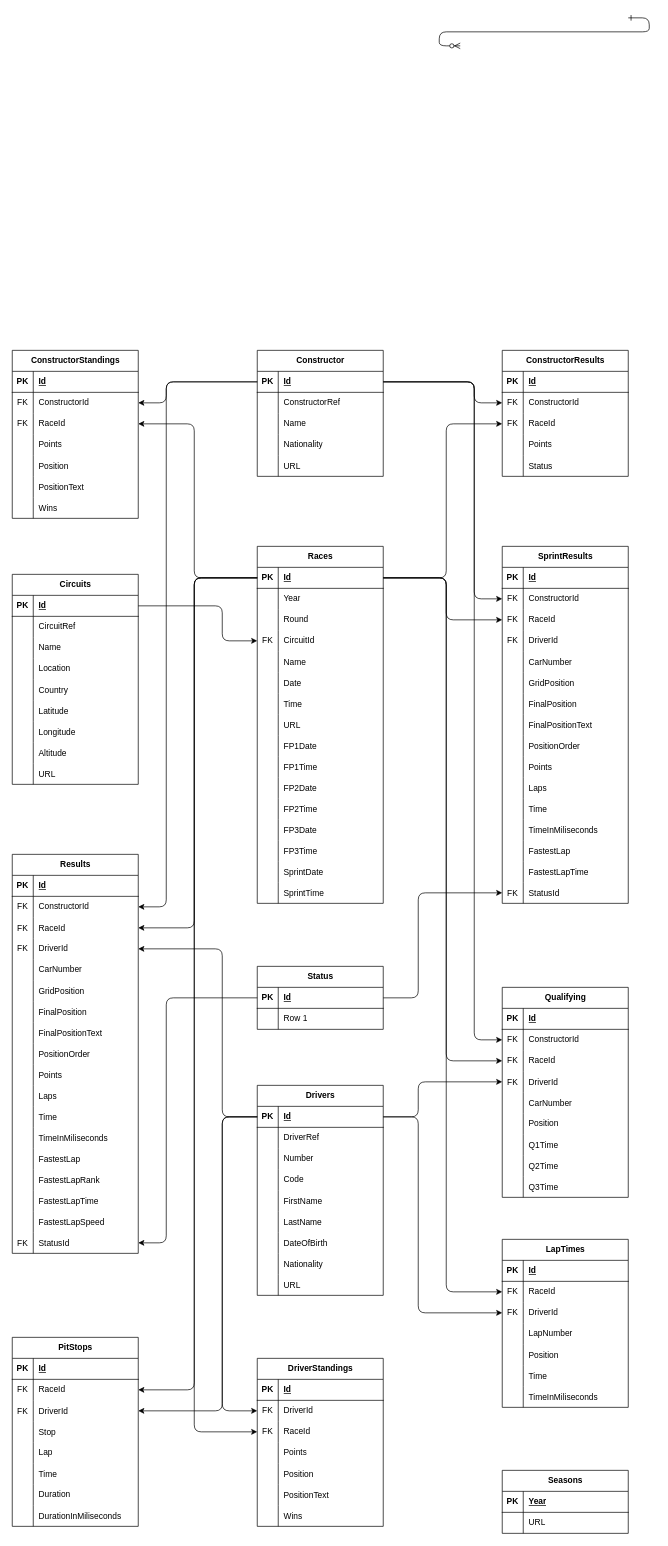
This is Untitled Diagram.drawio from shubhamtalpe/f1_with_sqlalchemy, a draw.io file, before an edit. Source tidied: cells renumbered, new cells numbered last; positions are measured from the earlier drawing's top-left corner, leaving out a move shared by most shapes. Both pictures are drawn from the tidied source at 70%, with x=0, y=0 at pixel (12, 18).
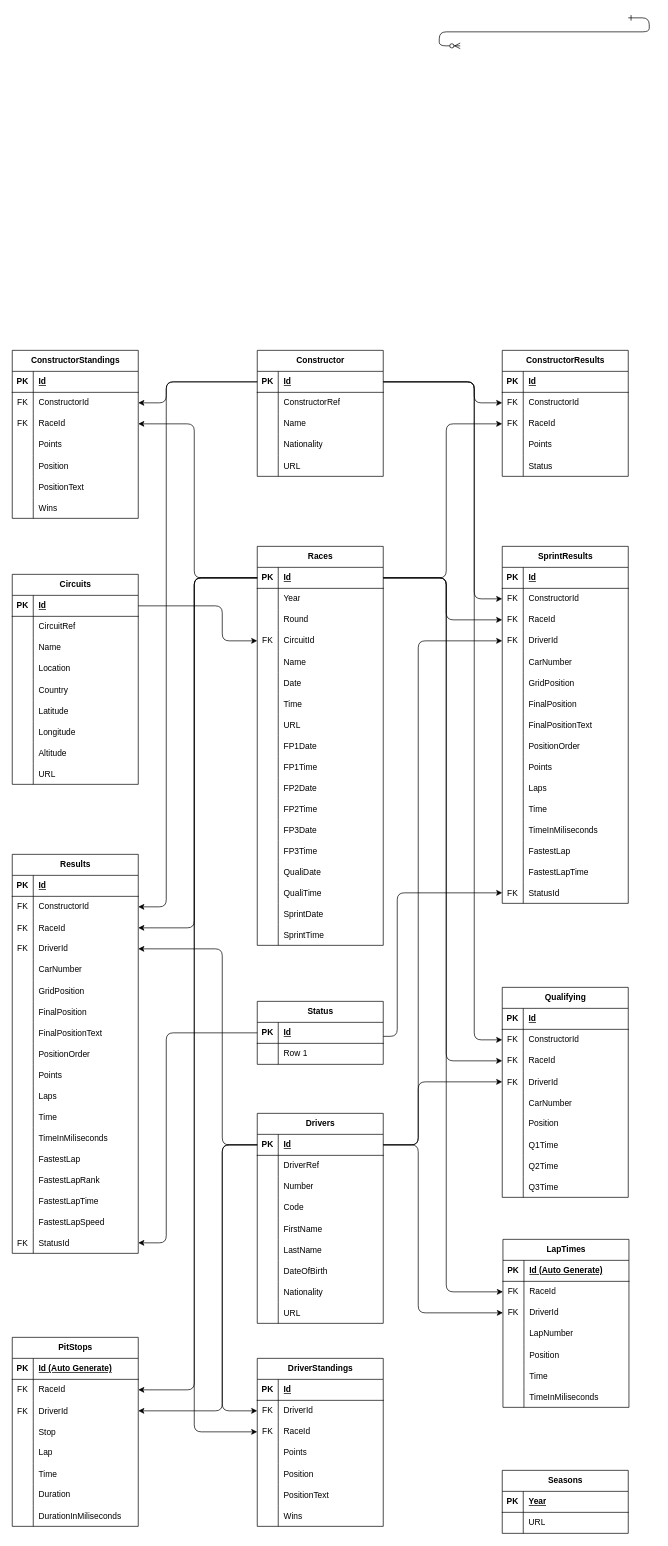
After the change.

The change refers to these unchanged cells:
```xml
<mxCell id="97" style="shape=tableRow;horizontal=0;startSize=0;swimlaneHead=0;swimlaneBody=0;fillColor=none;points=[[0,0.5],[1,0.5]];portConstraint=eastwest;top=0;left=0;right=0;bottom=0;" parent="93" vertex="1">
  <mxGeometry y="60" width="180" height="30" as="geometry" />
</mxCell>
<mxCell id="116" style="shape=tableRow;horizontal=0;startSize=0;swimlaneHead=0;swimlaneBody=0;fillColor=none;points=[[0,0.5],[1,0.5]];portConstraint=eastwest;top=0;left=0;right=0;bottom=1;" parent="115" vertex="1">
  <mxGeometry y="30" width="180" height="30" as="geometry" />
</mxCell>
<mxCell id="144" style="shape=tableRow;horizontal=0;startSize=0;swimlaneHead=0;swimlaneBody=0;fillColor=none;top=0;left=0;right=0;bottom=1;" parent="143" vertex="1">
  <mxGeometry y="30" width="180" height="30" as="geometry" />
</mxCell>
<mxCell id="150" style="shape=tableRow;horizontal=0;startSize=0;swimlaneHead=0;swimlaneBody=0;fillColor=none;points=[[0,0.5],[1,0.5]];portConstraint=eastwest;top=0;left=0;right=0;bottom=0;" parent="143" vertex="1">
  <mxGeometry y="90" width="180" height="30" as="geometry" />
</mxCell>
<mxCell id="166" style="shape=tableRow;horizontal=0;startSize=0;swimlaneHead=0;swimlaneBody=0;fillColor=none;top=0;left=0;right=0;bottom=1;" parent="165" vertex="1">
  <mxGeometry y="30" width="180" height="30" as="geometry" />
</mxCell>
<mxCell id="172" style="shape=tableRow;horizontal=0;startSize=0;swimlaneHead=0;swimlaneBody=0;fillColor=none;points=[[0,0.5],[1,0.5]];portConstraint=eastwest;top=0;left=0;right=0;bottom=0;" parent="165" vertex="1">
  <mxGeometry y="90" width="180" height="30" as="geometry" />
</mxCell>
<mxCell id="200" style="shape=tableRow;horizontal=0;startSize=0;swimlaneHead=0;swimlaneBody=0;fillColor=none;points=[[0,0.5],[1,0.5]];portConstraint=eastwest;top=0;left=0;right=0;bottom=0;" parent="190" vertex="1">
  <mxGeometry y="120" width="180" height="30" as="geometry" />
</mxCell>
<mxCell id="277" style="shape=tableRow;horizontal=0;startSize=0;swimlaneHead=0;swimlaneBody=0;fillColor=none;points=[[0,0.5],[1,0.5]];portConstraint=eastwest;top=0;left=0;right=0;bottom=0;" parent="267" vertex="1">
  <mxGeometry y="120" width="180" height="30" as="geometry" />
</mxCell>
<mxCell id="319" style="shape=tableRow;horizontal=0;startSize=0;swimlaneHead=0;swimlaneBody=0;fillColor=none;points=[[0,0.5],[1,0.5]];portConstraint=eastwest;top=0;left=0;right=0;bottom=0;" parent="267" vertex="1">
  <mxGeometry y="540" width="180" height="30" as="geometry" />
</mxCell>
<mxCell id="339" style="shape=tableRow;horizontal=0;startSize=0;swimlaneHead=0;swimlaneBody=0;fillColor=none;points=[[0,0.5],[1,0.5]];portConstraint=eastwest;top=0;left=0;right=0;bottom=0;" parent="329" vertex="1">
  <mxGeometry y="120" width="180" height="30" as="geometry" />
</mxCell>
<mxCell id="375" style="shape=tableRow;horizontal=0;startSize=0;swimlaneHead=0;swimlaneBody=0;fillColor=none;points=[[0,0.5],[1,0.5]];portConstraint=eastwest;top=0;left=0;right=0;bottom=0;" parent="329" vertex="1">
  <mxGeometry y="480" width="180" height="30" as="geometry" />
</mxCell>
<mxCell id="379" style="shape=tableRow;horizontal=0;startSize=0;swimlaneHead=0;swimlaneBody=0;fillColor=none;points=[[0,0.5],[1,0.5]];portConstraint=eastwest;top=0;left=0;right=0;bottom=1;" parent="378" vertex="1">
  <mxGeometry y="30" width="180" height="30" as="geometry" />
</mxCell>
```

What changed in the source:
```diff
@@
     <mxCell id="115" value="Drivers" style="shape=table;startSize=30;childLayout=tableLayout;rowLines=0;fontStyle=1;align=center;html=1;" parent="1" vertex="1">
-      <mxGeometry x="350" y="1525" width="180" height="300" as="geometry" />
+      <mxGeometry x="350" y="1565" width="180" height="300" as="geometry" />
     </mxCell>
@@
     <mxCell id="143" value="LapTimes" style="shape=table;startSize=30;childLayout=tableLayout;rowLines=0;fontStyle=1;align=center;html=1;" parent="1" vertex="1">
-      <mxGeometry x="700" y="1745" width="180" height="240" as="geometry" />
+      <mxGeometry x="701" y="1745" width="180" height="240" as="geometry" />
     </mxCell>
@@
-    <mxCell id="146" value="Id" style="shape=partialRectangle;fillColor=none;top=0;left=0;bottom=0;right=0;align=left;spacingLeft=6;fontStyle=5;overflow=hidden;whiteSpace=wrap;html=1;" parent="144" vertex="1">
+    <mxCell id="146" value="Id (Auto Generate)" style="shape=partialRectangle;fillColor=none;top=0;left=0;bottom=0;right=0;align=left;spacingLeft=6;fontStyle=5;overflow=hidden;whiteSpace=wrap;html=1;" parent="144" vertex="1">
       <mxGeometry x="30" width="150" height="30" as="geometry" />
     </mxCell>
@@
-    <mxCell id="168" value="Id" style="shape=partialRectangle;fillColor=none;top=0;left=0;bottom=0;right=0;align=left;spacingLeft=6;fontStyle=5;overflow=hidden;whiteSpace=wrap;html=1;" parent="166" vertex="1">
+    <mxCell id="168" value="Id (Auto Generate)" style="shape=partialRectangle;fillColor=none;top=0;left=0;bottom=0;right=0;align=left;spacingLeft=6;fontStyle=5;overflow=hidden;whiteSpace=wrap;html=1;" parent="166" vertex="1">
       <mxGeometry x="30" width="150" height="30" as="geometry" />
     </mxCell>
@@
     <mxCell id="218" value="Races" style="shape=table;startSize=30;childLayout=tableLayout;rowLines=0;fontStyle=1;align=center;html=1;" parent="1" vertex="1">
-      <mxGeometry x="350" y="755" width="180" height="510" as="geometry" />
+      <mxGeometry x="350" y="755" width="180" height="570" as="geometry" />
     </mxCell>
@@
+    <mxCell id="406" style="shape=tableRow;horizontal=0;startSize=0;swimlaneHead=0;swimlaneBody=0;fillColor=none;top=0;left=0;right=0;bottom=0;" parent="218" vertex="1">
+      <mxGeometry y="450" width="180" height="30" as="geometry" />
+    </mxCell>
+    <mxCell id="407" style="shape=partialRectangle;fillColor=none;top=0;left=0;bottom=0;right=0;overflow=hidden;" parent="406" vertex="1">
+      <mxGeometry width="30" height="30" as="geometry" />
+    </mxCell>
+    <mxCell id="408" value="QualiDate" style="shape=partialRectangle;fillColor=none;top=0;left=0;bottom=0;right=0;align=left;spacingLeft=6;overflow=hidden;" parent="406" vertex="1">
+      <mxGeometry x="30" width="150" height="30" as="geometry" />
+    </mxCell>
+    <mxCell id="409" style="shape=tableRow;horizontal=0;startSize=0;swimlaneHead=0;swimlaneBody=0;fillColor=none;top=0;left=0;right=0;bottom=0;" parent="218" vertex="1">
+      <mxGeometry y="480" width="180" height="30" as="geometry" />
+    </mxCell>
+    <mxCell id="410" style="shape=partialRectangle;fillColor=none;top=0;left=0;bottom=0;right=0;overflow=hidden;" parent="409" vertex="1">
+      <mxGeometry width="30" height="30" as="geometry" />
+    </mxCell>
+    <mxCell id="411" value="QualiTime" style="shape=partialRectangle;fillColor=none;top=0;left=0;bottom=0;right=0;align=left;spacingLeft=6;overflow=hidden;" parent="409" vertex="1">
+      <mxGeometry x="30" width="150" height="30" as="geometry" />
+    </mxCell>
     <mxCell id="261" style="shape=tableRow;horizontal=0;startSize=0;swimlaneHead=0;swimlaneBody=0;fillColor=none;top=0;left=0;right=0;bottom=0;" parent="218" vertex="1">
-      <mxGeometry y="450" width="180" height="30" as="geometry" />
+      <mxGeometry y="510" width="180" height="30" as="geometry" />
     </mxCell>
@@
     <mxCell id="264" style="shape=tableRow;horizontal=0;startSize=0;swimlaneHead=0;swimlaneBody=0;fillColor=none;top=0;left=0;right=0;bottom=0;" parent="218" vertex="1">
-      <mxGeometry y="480" width="180" height="30" as="geometry" />
+      <mxGeometry y="540" width="180" height="30" as="geometry" />
     </mxCell>
@@
     <mxCell id="378" value="Status" style="shape=table;startSize=30;childLayout=tableLayout;rowLines=0;fontStyle=1;align=center;html=1;" parent="1" vertex="1">
-      <mxGeometry x="350" y="1355" width="180" height="90" as="geometry" />
+      <mxGeometry x="350" y="1405" width="180" height="90" as="geometry" />
     </mxCell>
@@
     <mxCell id="385" style="edgeStyle=orthogonalEdgeStyle;rounded=1;jettySize=auto;html=1;entryX=1;entryY=0.5;entryDx=0;entryDy=0;curved=0;" parent="1" edge="1" source="116" target="172">
       <mxGeometry relative="1" as="geometry">
         <Array as="points">
-          <mxPoint x="300" y="1570" />
+          <mxPoint x="300" y="1610" />
           <mxPoint x="300" y="1990" />
         </Array>
       </mxGeometry>
     </mxCell>
     <mxCell id="386" style="edgeStyle=orthogonalEdgeStyle;rounded=1;jettySize=auto;html=1;entryX=0;entryY=0.5;entryDx=0;entryDy=0;strokeColor=default;curved=0;" parent="1" edge="1" source="116" target="97">
       <mxGeometry relative="1" as="geometry">
         <Array as="points">
-          <mxPoint x="300" y="1570" />
+          <mxPoint x="300" y="1610" />
           <mxPoint x="300" y="1990" />
         </Array>
       </mxGeometry>
     </mxCell>
     <mxCell id="387" style="edgeStyle=orthogonalEdgeStyle;rounded=1;jettySize=auto;html=1;entryX=1;entryY=0.5;entryDx=0;entryDy=0;curved=0;" parent="1" edge="1" source="116" target="277">
       <mxGeometry relative="1" as="geometry">
         <Array as="points">
-          <mxPoint x="300" y="1570" />
+          <mxPoint x="300" y="1610" />
           <mxPoint x="300" y="1330" />
         </Array>
       </mxGeometry>
     </mxCell>
     <mxCell id="388" style="edgeStyle=orthogonalEdgeStyle;rounded=1;jettySize=auto;html=1;entryX=0;entryY=0.5;entryDx=0;entryDy=0;curved=0;" parent="1" edge="1" source="116" target="150">
       <mxGeometry relative="1" as="geometry">
         <Array as="points">
-          <mxPoint x="580" y="1570" />
+          <mxPoint x="580" y="1610" />
           <mxPoint x="580" y="1850" />
         </Array>
       </mxGeometry>
     </mxCell>
     <mxCell id="389" style="edgeStyle=orthogonalEdgeStyle;rounded=1;jettySize=auto;html=1;entryX=0;entryY=0.5;entryDx=0;entryDy=0;curved=0;" parent="1" edge="1" source="116" target="200">
       <mxGeometry relative="1" as="geometry">
         <Array as="points">
-          <mxPoint x="580" y="1570" />
+          <mxPoint x="580" y="1610" />
           <mxPoint x="580" y="1520" />
         </Array>
       </mxGeometry>
     </mxCell>
     <mxCell id="390" style="edgeStyle=orthogonalEdgeStyle;rounded=1;jettySize=auto;html=1;entryX=1;entryY=0.5;entryDx=0;entryDy=0;curved=0;" parent="1" edge="1" source="379" target="319">
       <mxGeometry relative="1" as="geometry">
         <Array as="points">
-          <mxPoint x="220" y="1400" />
+          <mxPoint x="220" y="1450" />
           <mxPoint x="220" y="1750" />
         </Array>
       </mxGeometry>
     </mxCell>
     <mxCell id="391" style="edgeStyle=orthogonalEdgeStyle;rounded=1;jettySize=auto;html=1;entryX=0;entryY=0.5;entryDx=0;entryDy=0;curved=0;" parent="1" edge="1" source="379" target="375">
       <mxGeometry relative="1" as="geometry">
         <Array as="points">
-          <mxPoint x="580" y="1400" />
-          <mxPoint x="580" y="1250" />
+          <mxPoint x="550" y="1455" />
+          <mxPoint x="550" y="1250" />
         </Array>
       </mxGeometry>
     </mxCell>
@@
+    <mxCell id="412" style="edgeStyle=orthogonalEdgeStyle;rounded=1;jettySize=auto;html=1;entryX=0;entryY=0.5;entryDx=0;entryDy=0;curved=0;" parent="1" edge="1" source="116" target="339">
+      <mxGeometry relative="1" as="geometry">
+        <Array as="points">
+          <mxPoint x="580" y="1610" />
+          <mxPoint x="580" y="890" />
+        </Array>
+      </mxGeometry>
+    </mxCell>
```
